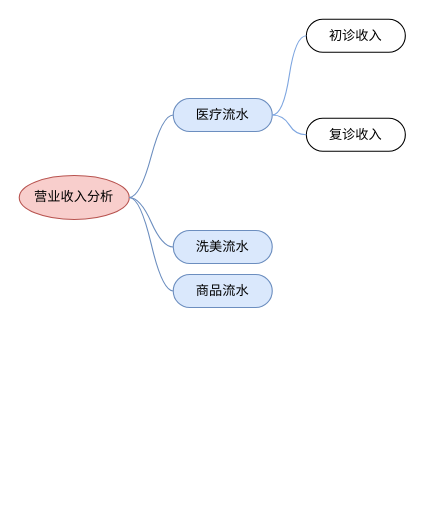
Earlier version of the draw.io diagram page "营业收入分析" (2 of 2) of pet_data_warehouse/经营参谋.drawio (fangzheng0518/draw). Source tidied: cells renumbered, new cells numbered last; positions are measured from the earlier drawing's top-left corner, leaving out a move shared by most shapes. Both pictures are drawn from the tidied source at 110%, with x=0, y=0 at pixel (19, 19).
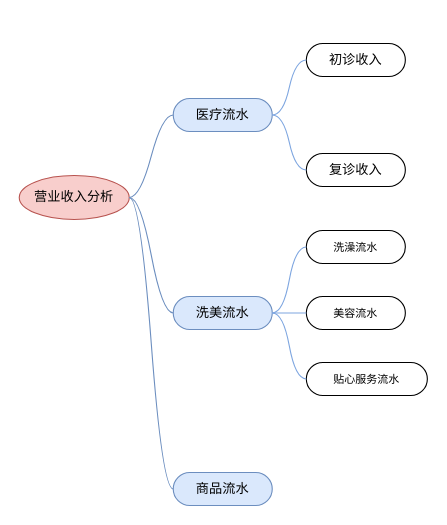
The same page after the edit.

The edit, as a diff of the source:
```diff
@@
 <mxGraphModel>
   <root>
     <mxCell id="0" />
     <mxCell id="1" parent="0" />
     <mxCell id="2" value="营业收入分析" style="ellipse;whiteSpace=wrap;html=1;align=center;newEdgeStyle={&quot;edgeStyle&quot;:&quot;entityRelationEdgeStyle&quot;,&quot;startArrow&quot;:&quot;none&quot;,&quot;endArrow&quot;:&quot;none&quot;,&quot;segment&quot;:10,&quot;curved&quot;:1};strokeColor=#b85450;fillColor=#f8cecc;" parent="1" vertex="1">
       <mxGeometry y="142" width="100" height="40" as="geometry" />
     </mxCell>
     <mxCell id="3" value="医疗流水" style="whiteSpace=wrap;html=1;rounded=1;arcSize=50;align=center;verticalAlign=middle;strokeWidth=1;spacing=4;newEdgeStyle={&quot;edgeStyle&quot;:&quot;entityRelationEdgeStyle&quot;,&quot;startArrow&quot;:&quot;none&quot;,&quot;endArrow&quot;:&quot;none&quot;,&quot;segment&quot;:10,&quot;curved&quot;:1};fillColor=#dae8fc;strokeColor=#6c8ebf;" parent="1" vertex="1">
       <mxGeometry x="140" y="72" width="90" height="30" as="geometry" />
     </mxCell>
     <mxCell id="4" style="edgeStyle=entityRelationEdgeStyle;startArrow=none;endArrow=none;segment=10;curved=1;strokeColor=#6c8ebf;exitX=1;exitY=0.5;exitDx=0;exitDy=0;fillColor=#dae8fc;" parent="1" edge="1" source="2" target="3">
       <mxGeometry relative="1" as="geometry" />
     </mxCell>
     <mxCell id="5" value="洗美流水" style="whiteSpace=wrap;html=1;rounded=1;arcSize=50;align=center;verticalAlign=middle;strokeWidth=1;spacing=4;newEdgeStyle={&quot;edgeStyle&quot;:&quot;entityRelationEdgeStyle&quot;,&quot;startArrow&quot;:&quot;none&quot;,&quot;endArrow&quot;:&quot;none&quot;,&quot;segment&quot;:10,&quot;curved&quot;:1};fillColor=#dae8fc;strokeColor=#6c8ebf;" parent="1" vertex="1">
-      <mxGeometry x="140" y="192" width="90" height="30" as="geometry" />
+      <mxGeometry x="140" y="252" width="90" height="30" as="geometry" />
     </mxCell>
     <mxCell id="6" style="edgeStyle=entityRelationEdgeStyle;startArrow=none;endArrow=none;segment=10;curved=1;strokeColor=#6c8ebf;exitX=1;exitY=0.5;exitDx=0;exitDy=0;fillColor=#dae8fc;" parent="1" edge="1" source="2" target="5">
       <mxGeometry relative="1" as="geometry" />
     </mxCell>
     <mxCell id="7" value="商品流水" style="whiteSpace=wrap;html=1;rounded=1;arcSize=50;align=center;verticalAlign=middle;strokeWidth=1;spacing=4;newEdgeStyle={&quot;edgeStyle&quot;:&quot;entityRelationEdgeStyle&quot;,&quot;startArrow&quot;:&quot;none&quot;,&quot;endArrow&quot;:&quot;none&quot;,&quot;segment&quot;:10,&quot;curved&quot;:1};fillColor=#dae8fc;strokeColor=#6c8ebf;" parent="1" vertex="1">
-      <mxGeometry x="140" y="232" width="90" height="30" as="geometry" />
+      <mxGeometry x="140" y="412" width="90" height="30" as="geometry" />
     </mxCell>
     <mxCell id="8" style="edgeStyle=entityRelationEdgeStyle;startArrow=none;endArrow=none;segment=10;curved=1;strokeColor=#6c8ebf;exitX=1;exitY=0.5;exitDx=0;exitDy=0;fillColor=#dae8fc;" parent="1" edge="1" source="2" target="7">
       <mxGeometry relative="1" as="geometry" />
     </mxCell>
     <mxCell id="9" value="初诊收入" style="whiteSpace=wrap;html=1;rounded=1;arcSize=50;align=center;verticalAlign=middle;strokeWidth=1;spacing=4;newEdgeStyle={&quot;edgeStyle&quot;:&quot;entityRelationEdgeStyle&quot;,&quot;startArrow&quot;:&quot;none&quot;,&quot;endArrow&quot;:&quot;none&quot;,&quot;segment&quot;:10,&quot;curved&quot;:1};" parent="1" vertex="1">
-      <mxGeometry x="261" width="90" height="30" as="geometry" />
+      <mxGeometry x="261" y="22" width="90" height="30" as="geometry" />
     </mxCell>
     <mxCell id="10" style="edgeStyle=entityRelationEdgeStyle;startArrow=none;endArrow=none;segment=10;curved=1;strokeColor=#7EA6E0;" parent="1" edge="1" source="3" target="9">
       <mxGeometry relative="1" as="geometry" />
     </mxCell>
     <mxCell id="11" value="复诊收入" style="whiteSpace=wrap;html=1;rounded=1;arcSize=50;align=center;verticalAlign=middle;strokeWidth=1;spacing=4;newEdgeStyle={&quot;edgeStyle&quot;:&quot;entityRelationEdgeStyle&quot;,&quot;startArrow&quot;:&quot;none&quot;,&quot;endArrow&quot;:&quot;none&quot;,&quot;segment&quot;:10,&quot;curved&quot;:1};" parent="1" vertex="1">
-      <mxGeometry x="261" y="90" width="90" height="30" as="geometry" />
+      <mxGeometry x="261" y="122" width="90" height="30" as="geometry" />
     </mxCell>
     <mxCell id="12" style="edgeStyle=entityRelationEdgeStyle;startArrow=none;endArrow=none;segment=10;curved=1;strokeColor=#7EA6E0;exitX=1;exitY=0.5;exitDx=0;exitDy=0;" parent="1" edge="1" source="3" target="11">
       <mxGeometry relative="1" as="geometry" />
     </mxCell>
+    <mxCell id="13" value="洗澡流水" style="whiteSpace=wrap;html=1;rounded=1;arcSize=50;align=center;verticalAlign=middle;strokeWidth=1;spacing=4;newEdgeStyle={&quot;edgeStyle&quot;:&quot;entityRelationEdgeStyle&quot;,&quot;startArrow&quot;:&quot;none&quot;,&quot;endArrow&quot;:&quot;none&quot;,&quot;segment&quot;:10,&quot;curved&quot;:1};shadow=0;labelBackgroundColor=none;fontSize=10;fontColor=#000000;fillColor=#FFFFFF;gradientColor=#ffffff;" parent="1" vertex="1">
+      <mxGeometry x="261" y="192" width="90" height="30" as="geometry" />
+    </mxCell>
+    <mxCell id="14" style="edgeStyle=entityRelationEdgeStyle;startArrow=none;endArrow=none;segment=10;curved=1;shadow=0;fontSize=10;fontColor=#000000;strokeColor=#7EA6E0;exitX=1;exitY=0.5;exitDx=0;exitDy=0;" parent="1" edge="1" source="5" target="13">
+      <mxGeometry relative="1" as="geometry" />
+    </mxCell>
+    <mxCell id="15" value="美容流水" style="whiteSpace=wrap;html=1;rounded=1;arcSize=50;align=center;verticalAlign=middle;strokeWidth=1;spacing=4;newEdgeStyle={&quot;edgeStyle&quot;:&quot;entityRelationEdgeStyle&quot;,&quot;startArrow&quot;:&quot;none&quot;,&quot;endArrow&quot;:&quot;none&quot;,&quot;segment&quot;:10,&quot;curved&quot;:1};shadow=0;labelBackgroundColor=none;fontSize=10;fontColor=#000000;fillColor=#FFFFFF;gradientColor=#ffffff;" parent="1" vertex="1">
+      <mxGeometry x="261" y="252" width="90" height="30" as="geometry" />
+    </mxCell>
+    <mxCell id="16" style="edgeStyle=entityRelationEdgeStyle;startArrow=none;endArrow=none;segment=10;curved=1;shadow=0;fontSize=10;fontColor=#000000;strokeColor=#7EA6E0;exitX=1;exitY=0.5;exitDx=0;exitDy=0;" parent="1" edge="1" source="5" target="15">
+      <mxGeometry relative="1" as="geometry" />
+    </mxCell>
+    <mxCell id="17" value="贴心服务流水" style="whiteSpace=wrap;html=1;rounded=1;arcSize=50;align=center;verticalAlign=middle;strokeWidth=1;spacing=4;newEdgeStyle={&quot;edgeStyle&quot;:&quot;entityRelationEdgeStyle&quot;,&quot;startArrow&quot;:&quot;none&quot;,&quot;endArrow&quot;:&quot;none&quot;,&quot;segment&quot;:10,&quot;curved&quot;:1};shadow=0;labelBackgroundColor=none;fontSize=10;fontColor=#000000;fillColor=#FFFFFF;gradientColor=#ffffff;" parent="1" vertex="1">
+      <mxGeometry x="261" y="312" width="110" height="30" as="geometry" />
+    </mxCell>
+    <mxCell id="18" style="edgeStyle=entityRelationEdgeStyle;startArrow=none;endArrow=none;segment=10;curved=1;shadow=0;fontSize=10;fontColor=#000000;strokeColor=#7EA6E0;exitX=1;exitY=0.5;exitDx=0;exitDy=0;" parent="1" edge="1" source="5" target="17">
+      <mxGeometry relative="1" as="geometry" />
+    </mxCell>
   </root>
 </mxGraphModel>
```
